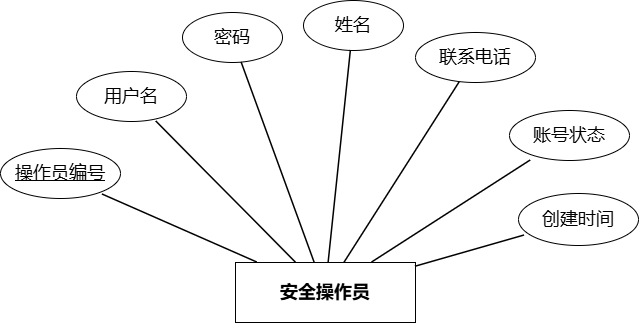
Dean-op/forest_fire keeps this draw.io diagram as docs/PaperImages/实体图/安全操作员实体图.drawio.png. Above is the earlier version. Source tidied: cells renumbered, new cells last; positions are measured from the earlier drawing's top-left corner, leaving out a move shared by most shapes.
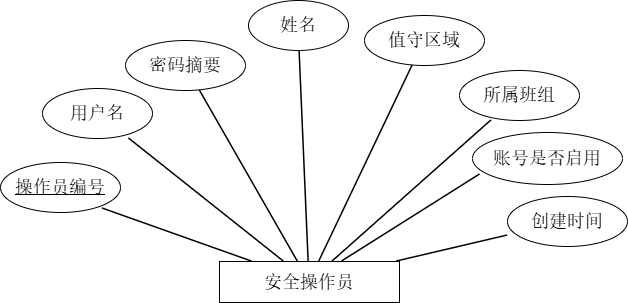
The same diagram one commit later.

Diff of the diagram source:
```diff
@@ -2,50 +2,56 @@
   <root>
     <mxCell id="0" />
     <mxCell id="1" parent="0" />
-    <mxCell id="2" value="安全操作员" style="shape=rectangle;whiteSpace=wrap;html=1;strokeWidth=1;fontSize=18;fontStyle=1;labelBackgroundColor=none;" parent="1" vertex="1">
-      <mxGeometry x="235" y="262" width="180" height="60" as="geometry" />
+    <mxCell id="2" value="安全操作员" style="shape=rectangle;whiteSpace=wrap;html=1;strokeWidth=1;fontSize=18;fontStyle=0;labelBackgroundColor=none;fontFamily=宋体;" parent="1" vertex="1">
+      <mxGeometry x="270" y="285" width="180" height="41" as="geometry" />
     </mxCell>
-    <mxCell id="3" value="&lt;u&gt;操作员编号&lt;/u&gt;" style="shape=ellipse;whiteSpace=wrap;html=1;strokeWidth=1;fontSize=18;labelBackgroundColor=none;" parent="1" vertex="1">
-      <mxGeometry y="148" width="120" height="50" as="geometry" />
+    <mxCell id="3" value="&lt;u&gt;操作员编号&lt;/u&gt;" style="shape=ellipse;whiteSpace=wrap;html=1;strokeWidth=1;fontSize=18;labelBackgroundColor=none;fontStyle=0;fontFamily=宋体;" parent="1" vertex="1">
+      <mxGeometry x="51" y="186" width="120" height="50" as="geometry" />
     </mxCell>
-    <mxCell id="4" value="用户名" style="shape=ellipse;whiteSpace=wrap;html=1;strokeWidth=1;fontSize=18;labelBackgroundColor=none;" parent="1" vertex="1">
-      <mxGeometry x="76" y="71" width="110" height="50" as="geometry" />
+    <mxCell id="4" value="用户名" style="shape=ellipse;whiteSpace=wrap;html=1;strokeWidth=1;fontSize=18;labelBackgroundColor=none;fontStyle=0;fontFamily=宋体;" parent="1" vertex="1">
+      <mxGeometry x="93" y="112" width="110" height="50" as="geometry" />
     </mxCell>
-    <mxCell id="5" value="密码" style="shape=ellipse;whiteSpace=wrap;html=1;strokeWidth=1;fontSize=18;labelBackgroundColor=none;" parent="1" vertex="1">
-      <mxGeometry x="182" y="12" width="100" height="50" as="geometry" />
+    <mxCell id="5" value="密码摘要" style="shape=ellipse;whiteSpace=wrap;html=1;strokeWidth=1;fontSize=18;labelBackgroundColor=none;fontStyle=0;fontFamily=宋体;" parent="1" vertex="1">
+      <mxGeometry x="176" y="64" width="120" height="50" as="geometry" />
     </mxCell>
-    <mxCell id="6" value="姓名" style="shape=ellipse;whiteSpace=wrap;html=1;strokeWidth=1;fontSize=18;labelBackgroundColor=none;" parent="1" vertex="1">
-      <mxGeometry x="303" width="100" height="50" as="geometry" />
+    <mxCell id="6" value="姓名" style="shape=ellipse;whiteSpace=wrap;html=1;strokeWidth=1;fontSize=18;labelBackgroundColor=none;fontStyle=0;fontFamily=宋体;" parent="1" vertex="1">
+      <mxGeometry x="299" y="24" width="100" height="50" as="geometry" />
     </mxCell>
-    <mxCell id="7" value="联系电话" style="shape=ellipse;whiteSpace=wrap;html=1;strokeWidth=1;fontSize=18;labelBackgroundColor=none;" parent="1" vertex="1">
-      <mxGeometry x="415" y="32" width="120" height="50" as="geometry" />
+    <mxCell id="7" value="值守区域" style="shape=ellipse;whiteSpace=wrap;html=1;strokeWidth=1;fontSize=18;labelBackgroundColor=none;fontStyle=0;fontFamily=宋体;" parent="1" vertex="1">
+      <mxGeometry x="415" y="39" width="120" height="50" as="geometry" />
     </mxCell>
-    <mxCell id="8" value="账号状态" style="shape=ellipse;whiteSpace=wrap;html=1;strokeWidth=1;fontSize=18;labelBackgroundColor=none;" parent="1" vertex="1">
-      <mxGeometry x="509" y="110" width="120" height="50" as="geometry" />
+    <mxCell id="8" value="所属班组" style="shape=ellipse;whiteSpace=wrap;html=1;strokeWidth=1;fontSize=18;labelBackgroundColor=none;fontStyle=0;fontFamily=宋体;" parent="1" vertex="1">
+      <mxGeometry x="510" y="94" width="120" height="50" as="geometry" />
     </mxCell>
-    <mxCell id="9" value="创建时间" style="shape=ellipse;whiteSpace=wrap;html=1;strokeWidth=1;fontSize=18;labelBackgroundColor=none;" parent="1" vertex="1">
-      <mxGeometry x="518" y="193" width="120" height="52" as="geometry" />
+    <mxCell id="9" value="账号是否启用" style="shape=ellipse;whiteSpace=wrap;html=1;strokeWidth=1;fontSize=18;labelBackgroundColor=none;fontStyle=0;fontFamily=宋体;" parent="1" vertex="1">
+      <mxGeometry x="523" y="156" width="150" height="52" as="geometry" />
     </mxCell>
+    <mxCell id="17" value="创建时间" style="shape=ellipse;whiteSpace=wrap;html=1;strokeWidth=1;fontSize=18;labelBackgroundColor=none;fontStyle=0;fontFamily=宋体;" parent="1" vertex="1">
+      <mxGeometry x="558" y="220" width="120" height="50" as="geometry" />
+    </mxCell>
-    <mxCell id="10" style="endArrow=none;rounded=0;strokeWidth=1.5;labelBackgroundColor=none;fontColor=default;entryX=0.85;entryY=0.92;entryDx=0;entryDy=0;entryPerimeter=0;fontSize=18;" parent="1" edge="1" source="2" target="3">
+    <mxCell id="10" style="endArrow=none;rounded=0;strokeWidth=1.5;labelBackgroundColor=none;fontColor=default;entryX=0.85;entryY=0.92;entryDx=0;entryDy=0;entryPerimeter=0;fontSize=18;fontStyle=0;fontFamily=宋体;" parent="1" edge="1" source="2" target="3">
       <mxGeometry relative="1" as="geometry" />
     </mxCell>
-    <mxCell id="11" style="endArrow=none;rounded=0;strokeWidth=1.5;labelBackgroundColor=none;fontColor=default;fontSize=18;" parent="1" edge="1" source="2" target="4">
+    <mxCell id="11" style="endArrow=none;rounded=0;strokeWidth=1.5;labelBackgroundColor=none;fontColor=default;fontSize=18;fontStyle=0;fontFamily=宋体;" parent="1" edge="1" source="2" target="4">
       <mxGeometry relative="1" as="geometry" />
     </mxCell>
-    <mxCell id="12" style="endArrow=none;rounded=0;strokeWidth=1.5;labelBackgroundColor=none;fontColor=default;fontSize=18;" parent="1" edge="1" source="2" target="5">
+    <mxCell id="12" style="endArrow=none;rounded=0;strokeWidth=1.5;labelBackgroundColor=none;fontColor=default;fontSize=18;fontStyle=0;fontFamily=宋体;" parent="1" edge="1" source="2" target="5">
       <mxGeometry relative="1" as="geometry" />
     </mxCell>
-    <mxCell id="13" style="endArrow=none;rounded=0;strokeWidth=1.5;labelBackgroundColor=none;fontColor=default;fontSize=18;" parent="1" edge="1" source="2" target="6">
+    <mxCell id="13" style="endArrow=none;rounded=0;strokeWidth=1.5;labelBackgroundColor=none;fontColor=default;fontSize=18;fontStyle=0;fontFamily=宋体;" parent="1" edge="1" source="2" target="6">
       <mxGeometry relative="1" as="geometry" />
     </mxCell>
-    <mxCell id="14" style="endArrow=none;rounded=0;strokeWidth=1.5;labelBackgroundColor=none;fontColor=default;fontSize=18;" parent="1" edge="1" source="2" target="7">
+    <mxCell id="14" style="endArrow=none;rounded=0;strokeWidth=1.5;labelBackgroundColor=none;fontColor=default;fontSize=18;fontStyle=0;fontFamily=宋体;" parent="1" edge="1" source="2" target="7">
       <mxGeometry relative="1" as="geometry" />
     </mxCell>
-    <mxCell id="15" style="endArrow=none;rounded=0;strokeWidth=1.5;labelBackgroundColor=none;fontColor=default;fontSize=18;" parent="1" edge="1" source="2" target="8">
+    <mxCell id="15" style="endArrow=none;rounded=0;strokeWidth=1.5;labelBackgroundColor=none;fontColor=default;fontSize=18;fontStyle=0;fontFamily=宋体;" parent="1" edge="1" source="2" target="8">
       <mxGeometry relative="1" as="geometry" />
     </mxCell>
-    <mxCell id="16" style="endArrow=none;rounded=0;strokeWidth=1.5;labelBackgroundColor=none;fontColor=default;entryX=0.05;entryY=0.808;entryDx=0;entryDy=0;entryPerimeter=0;fontSize=18;" parent="1" edge="1" source="2" target="9">
+    <mxCell id="16" style="endArrow=none;rounded=0;strokeWidth=1.5;labelBackgroundColor=none;fontColor=default;entryX=0.05;entryY=0.808;entryDx=0;entryDy=0;entryPerimeter=0;fontSize=18;fontStyle=0;fontFamily=宋体;" parent="1" edge="1" source="2" target="9">
       <mxGeometry relative="1" as="geometry" />
     </mxCell>
+    <mxCell id="18" style="endArrow=none;rounded=0;strokeWidth=1.5;labelBackgroundColor=none;fontColor=default;fontSize=18;fontStyle=0;fontFamily=宋体;" parent="1" edge="1" source="2" target="17">
+      <mxGeometry relative="1" as="geometry" />
+    </mxCell>
   </root>
 </mxGraphModel>
```
